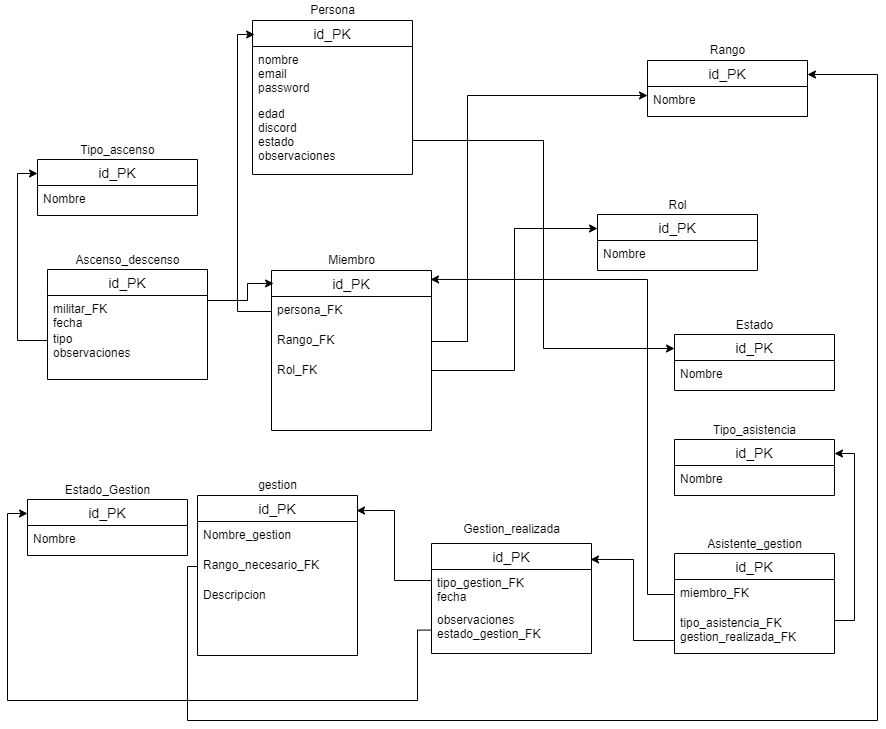
Earlier version of the draw.io export src/assets/diagrams/BD SAFA System.drawio.png (manny1909/sistema-gestion-SAFA). Source tidied: cells renumbered, new cells last; positions are measured from the earlier drawing's top-left corner, leaving out a move shared by most shapes.
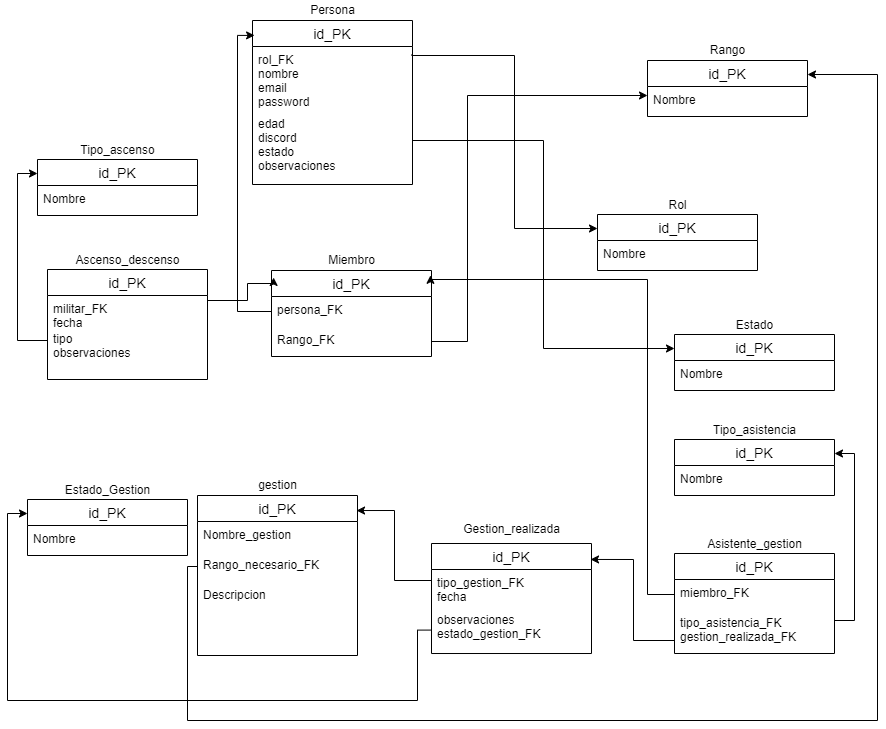
The same diagram one commit later.

Change to the diagram source:
```diff
@@ -6,13 +6,13 @@
       <mxGeometry x="245" width="160" height="174" as="geometry" />
     </mxCell>
     <mxCell id="3" value="id_PK" style="swimlane;fontStyle=0;horizontal=1;startSize=26;align=center;fontSize=14;" parent="2" vertex="1">
-      <mxGeometry y="20" width="160" height="154" as="geometry" />
+      <mxGeometry y="20" width="160" height="164" as="geometry" />
     </mxCell>
-    <mxCell id="4" value="nombre&#10;email&#10;password" style="text;strokeColor=none;fillColor=none;spacingLeft=4;spacingRight=4;overflow=hidden;points=[[0,0.5],[1,0.5]];portConstraint=eastwest;fontSize=12;" parent="3" vertex="1">
-      <mxGeometry y="26" width="160" height="54" as="geometry" />
+    <mxCell id="4" value="rol_FK&#10;nombre&#10;email&#10;password" style="text;strokeColor=none;fillColor=none;spacingLeft=4;spacingRight=4;overflow=hidden;points=[[0,0.5],[1,0.5]];portConstraint=eastwest;fontSize=12;" parent="3" vertex="1">
+      <mxGeometry y="26" width="160" height="64" as="geometry" />
     </mxCell>
     <mxCell id="5" value="edad&#10;discord&#10;estado&#10;observaciones" style="text;strokeColor=none;fillColor=none;spacingLeft=4;spacingRight=4;overflow=hidden;points=[[0,0.5],[1,0.5]];portConstraint=eastwest;fontSize=12;" parent="3" vertex="1">
-      <mxGeometry y="80" width="160" height="74" as="geometry" />
+      <mxGeometry y="90" width="160" height="74" as="geometry" />
     </mxCell>
     <mxCell id="6" value="Persona" style="text;html=1;align=center;verticalAlign=middle;strokeColor=none;fillColor=none;" parent="2" vertex="1">
       <mxGeometry x="50" width="60" height="20" as="geometry" />
@@ -21,7 +21,7 @@
       <mxGeometry x="264" y="250" width="160" height="180" as="geometry" />
     </mxCell>
     <mxCell id="8" value="id_PK" style="swimlane;fontStyle=0;horizontal=1;startSize=26;align=center;fontSize=14;" parent="7" vertex="1">
-      <mxGeometry y="20" width="160" height="160" as="geometry" />
+      <mxGeometry y="20" width="160" height="86" as="geometry" />
     </mxCell>
     <mxCell id="9" value="persona_FK" style="text;strokeColor=none;fillColor=none;spacingLeft=4;spacingRight=4;overflow=hidden;points=[[0,0.5],[1,0.5]];portConstraint=eastwest;fontSize=12;" parent="8" vertex="1">
       <mxGeometry y="26" width="160" height="30" as="geometry" />
@@ -29,9 +29,6 @@
     <mxCell id="10" value="Rango_FK" style="text;strokeColor=none;fillColor=none;spacingLeft=4;spacingRight=4;overflow=hidden;points=[[0,0.5],[1,0.5]];portConstraint=eastwest;fontSize=12;" parent="8" vertex="1">
       <mxGeometry y="56" width="160" height="30" as="geometry" />
     </mxCell>
-    <mxCell id="11" value="Rol_FK" style="text;strokeColor=none;fillColor=none;spacingLeft=4;spacingRight=4;overflow=hidden;points=[[0,0.5],[1,0.5]];portConstraint=eastwest;fontSize=12;" parent="8" vertex="1">
-      <mxGeometry y="86" width="160" height="74" as="geometry" />
-    </mxCell>
     <mxCell id="12" value="Miembro" style="text;html=1;align=center;verticalAlign=middle;strokeColor=none;fillColor=none;" parent="7" vertex="1">
       <mxGeometry x="50" width="60" height="20" as="geometry" />
     </mxCell>
@@ -162,10 +159,11 @@
         </Array>
       </mxGeometry>
     </mxCell>
-    <mxCell id="52" style="edgeStyle=orthogonalEdgeStyle;rounded=0;jettySize=auto;html=1;entryX=0;entryY=0.25;entryDx=0;entryDy=0;" parent="1" edge="1" source="11" target="20">
+    <mxCell id="52" style="edgeStyle=orthogonalEdgeStyle;rounded=0;jettySize=auto;html=1;entryX=0;entryY=0.25;entryDx=0;entryDy=0;exitX=0.996;exitY=0.125;exitDx=0;exitDy=0;exitPerimeter=0;" parent="1" edge="1" source="4" target="20">
       <mxGeometry relative="1" as="geometry">
         <Array as="points">
-          <mxPoint x="507" y="370" />
+          <mxPoint x="404" y="55" />
+          <mxPoint x="507" y="55" />
           <mxPoint x="507" y="228" />
         </Array>
       </mxGeometry>
```
